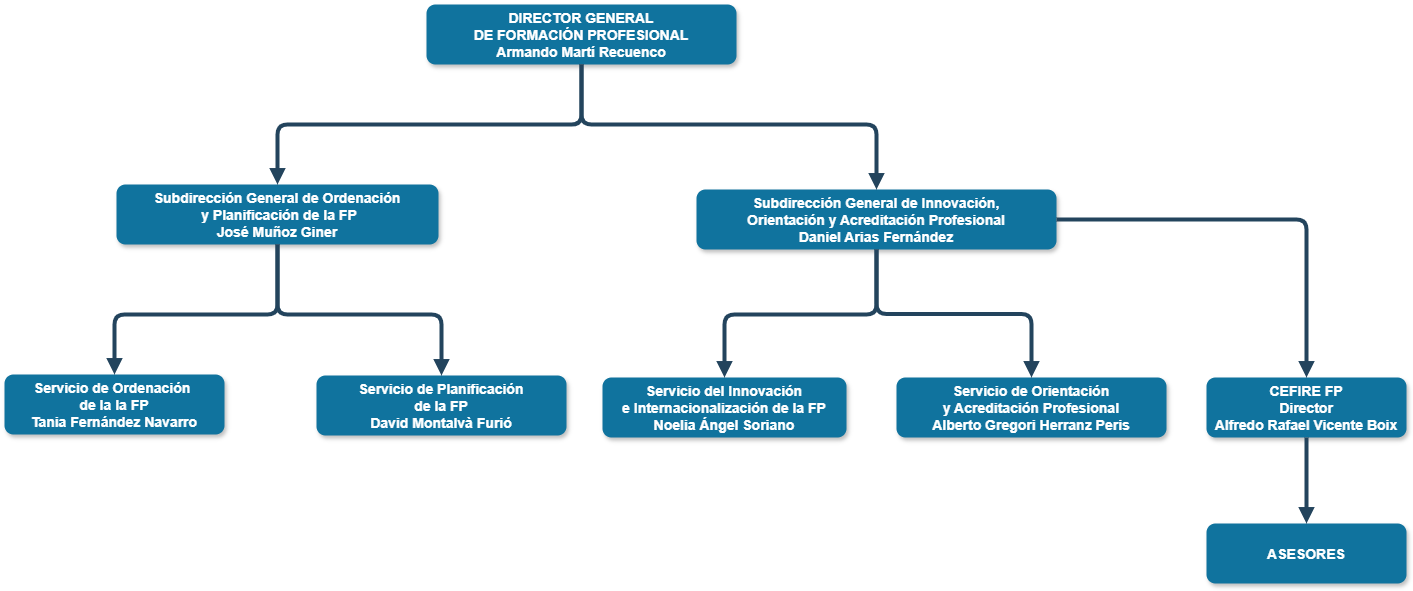
The draw.io diagram md/images/organigrama.png in cefirefp/cefirefp.github.io, before a commit. Source tidied: cells renumbered, new cells last; positions are measured from the earlier drawing's top-left corner, leaving out a move shared by most shapes.
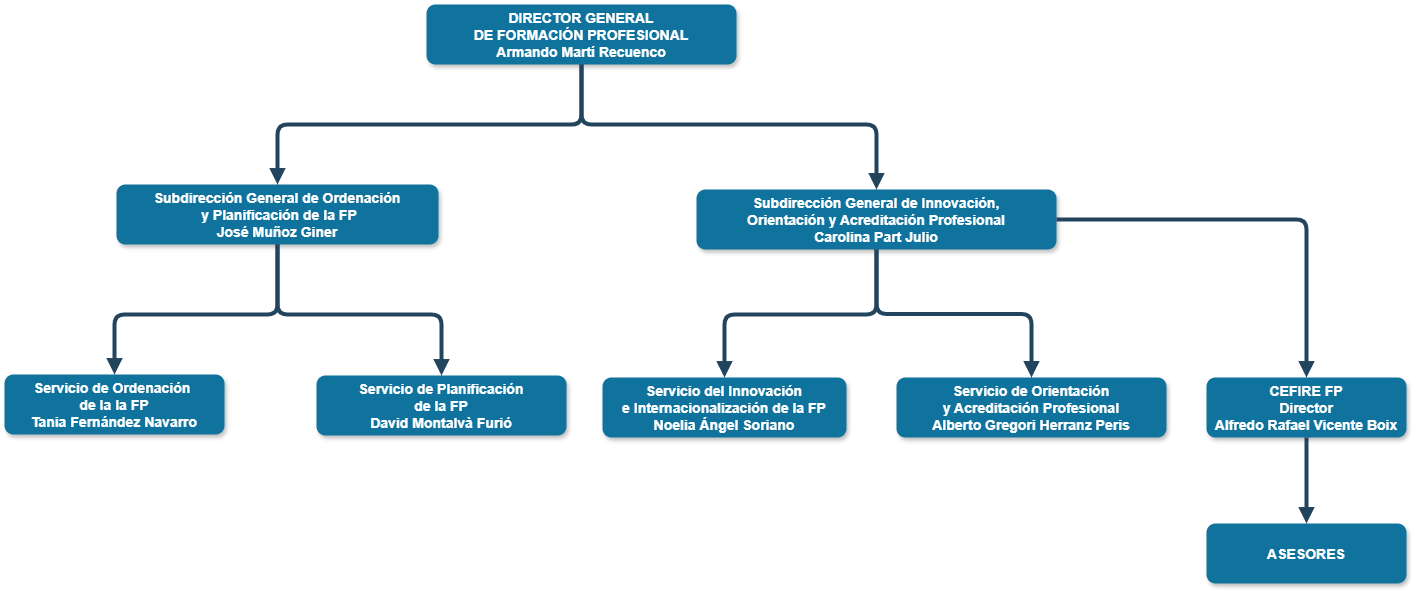
Above is the later version.

Commit message:
actualització de l'organigrama i dietes

The edit, as a diff of the source:
```diff
@@ -8,7 +8,7 @@
     <mxCell id="3" value="Subdirección General de Ordenación&#10; y Planificación de la FP&#10;José Muñoz Giner" style="rounded=1;fillColor=#10739E;strokeColor=none;shadow=1;gradientColor=none;fontStyle=1;fontColor=#FFFFFF;fontSize=14;" parent="1" vertex="1">
       <mxGeometry x="112" y="180" width="322" height="60" as="geometry" />
     </mxCell>
-    <mxCell id="4" value="Subdirección General de Innovación,&#10;Orientación y Acreditación Profesional&#10;Daniel Arias Fernández" style="rounded=1;fillColor=#10739E;strokeColor=none;shadow=1;gradientColor=none;fontStyle=1;fontColor=#FFFFFF;fontSize=14;" parent="1" vertex="1">
+    <mxCell id="4" value="Subdirección General de Innovación,&#10;Orientación y Acreditación Profesional&#10;Carolina Part Julio" style="rounded=1;fillColor=#10739E;strokeColor=none;shadow=1;gradientColor=none;fontStyle=1;fontColor=#FFFFFF;fontSize=14;" parent="1" vertex="1">
       <mxGeometry x="692" y="185" width="360" height="60" as="geometry" />
     </mxCell>
     <mxCell id="5" value="Servicio de Ordenación &#10;de la la FP&#10;Tania Fernández Navarro" style="rounded=1;fillColor=#10739E;strokeColor=none;shadow=1;gradientColor=none;fontStyle=1;fontColor=#FFFFFF;fontSize=14;" parent="1" vertex="1">
```
